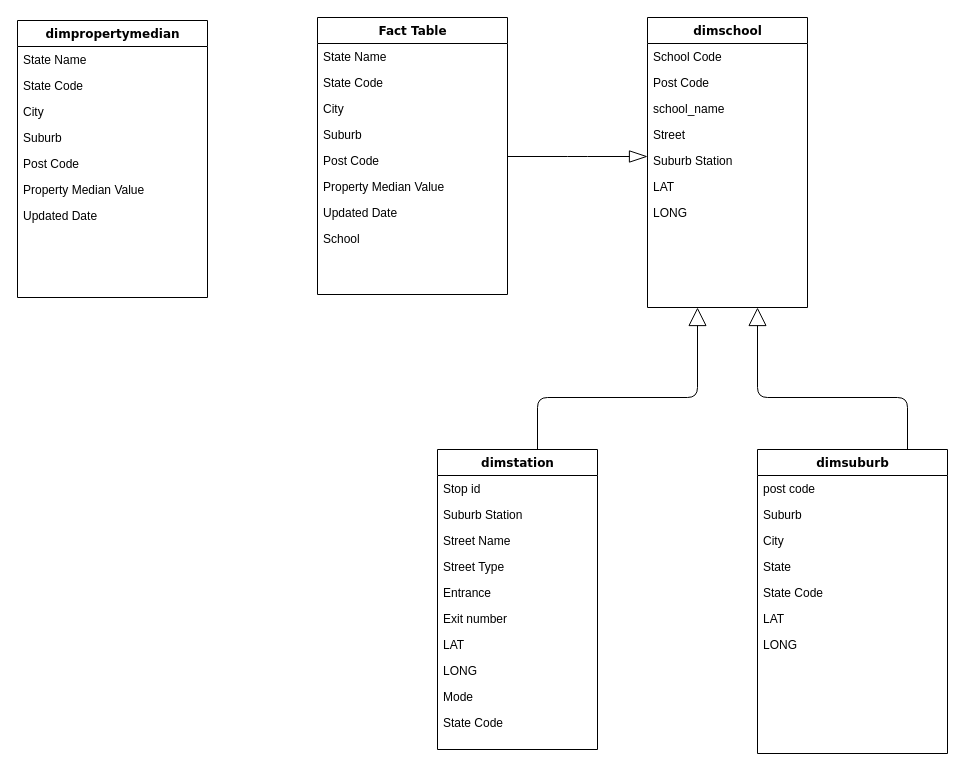
This is Untitled Diagram.drawio from slng09/industrial-connect-onboarding-task, a draw.io file, before an edit. Source tidied: cells renumbered, new cells numbered last; positions are measured from the earlier drawing's top-left corner, leaving out a move shared by most shapes. Both pictures are drawn from the tidied source at 100%, with x=0, y=0 at pixel (17, 17).
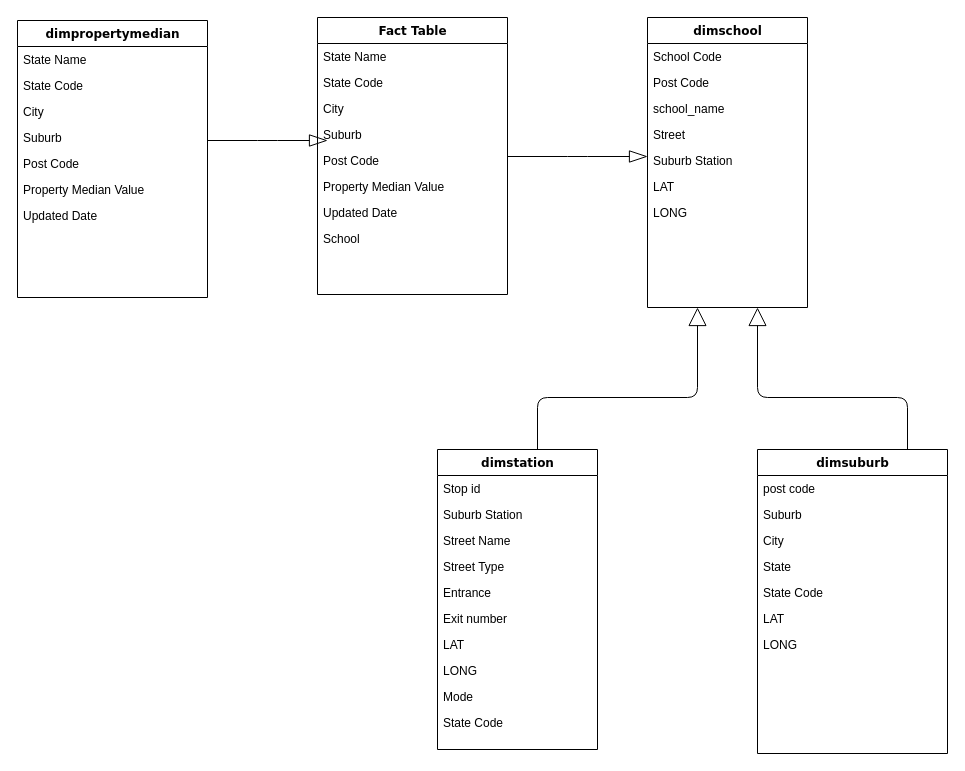
Above is the later version.

What changed in the source:
```diff
@@
+    <mxCell id="49" style="edgeStyle=elbowEdgeStyle;html=1;labelBackgroundColor=none;startFill=0;startSize=8;endArrow=blockThin;endFill=0;endSize=16;fontFamily=Verdana;fontSize=12;elbow=vertical;" parent="1" edge="1">
+      <mxGeometry relative="1" as="geometry">
+        <mxPoint x="190" y="123" as="sourcePoint" />
+        <mxPoint x="310" y="123" as="targetPoint" />
+      </mxGeometry>
+    </mxCell>
```
